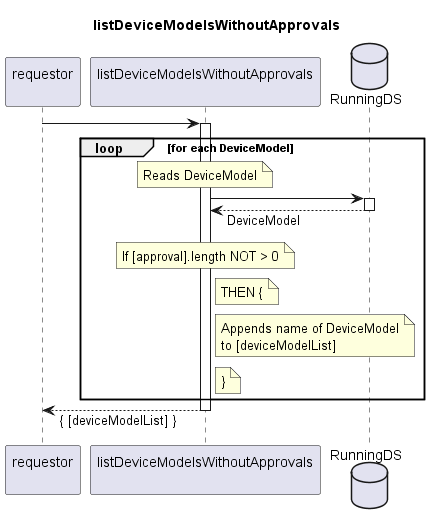
Above: spec/Services/listDeviceModelsWithoutApprovals/1.0.0/listDeviceModelsWithoutApprovals.png in openBackhaul/FirmWareManager (PlantUML), before the change.
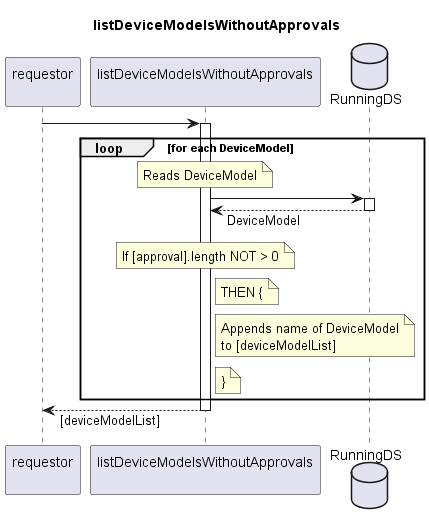
Later version of the same file.

Change to the diagram source:
```diff
@@ -35,7 +35,7 @@
     end note
   end loop
 
-requestor <-- indServ: { [deviceModelList] }
+requestor <-- indServ: [deviceModelList]
 deactivate indServ
 
 @enduml
```
